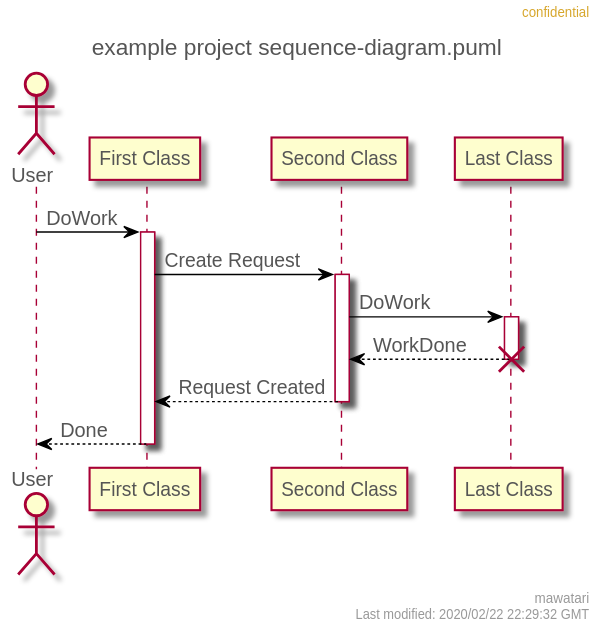
mawatari/example-project-uml keeps this PlantUML diagram as sequence-diagram.svg. Above is the earlier version.
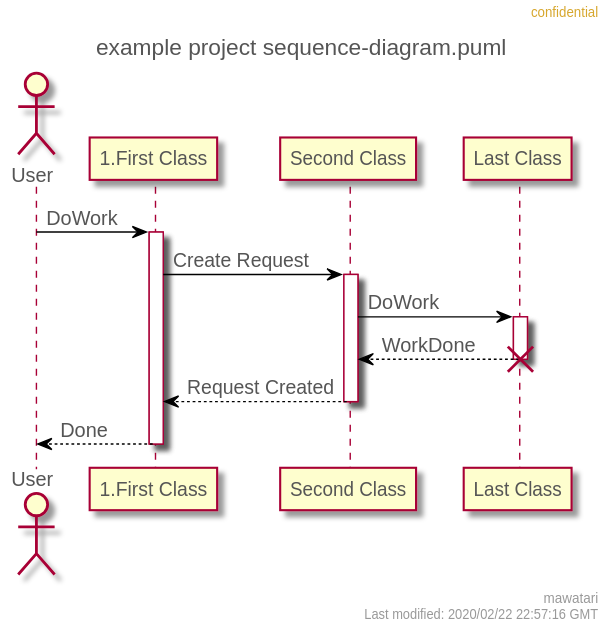
After the change.

Commit message:
Automatically generated PlantUML images.

What changed in the source:
```diff
@@ -38,11 +38,11 @@
   DiamondBorderColor #999999
 }
 right header confidential
-right footer mawatari\nLast modified: 2020/02/22 22:29:32 GMT
+right footer mawatari\nLast modified: 2020/02/22 22:57:16 GMT
 title example project sequence-diagram.puml
 
 actor User
-participant "First Class" as A
+participant "1.First Class" as A
 participant "Second Class" as B
 participant "Last Class" as C
 
```
